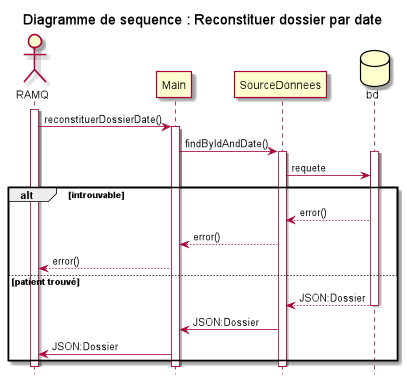
fethiuqam/INF5153-Projet-Session keeps this PlantUML diagram as models/Diagramme_Sequences/Reconstruire_dossier_date/dossierDate_code.png. Above is the earlier version.
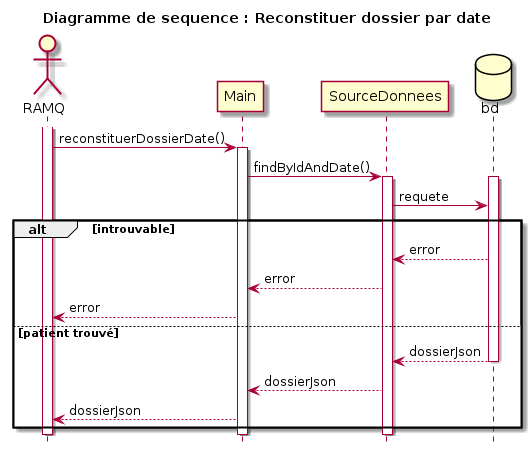
The same diagram one commit later.

What changed in the source:
```diff
@@ -12,14 +12,15 @@
 activate Bd
 SourceDonnees -> Bd: requete
 alt introuvable
-Bd --> SourceDonnees: error()
-SourceDonnees --> Main: error()
-Main --> ramq: error()
+Bd --> SourceDonnees: error
+SourceDonnees --> Main: error
+Main --> ramq: error
 else patient trouvé
-Bd --> SourceDonnees:JSON:Dossier
+Bd --> SourceDonnees: dossierJson
 deactivate Bd
-SourceDonnees -> Main: JSON:Dossier
-Main -> ramq: JSON:Dossier
+SourceDonnees --> Main: dossierJson
+deactivate Bd
+Main --> ramq: dossierJson
 end
 deactivate SourceDonnees
 
```
